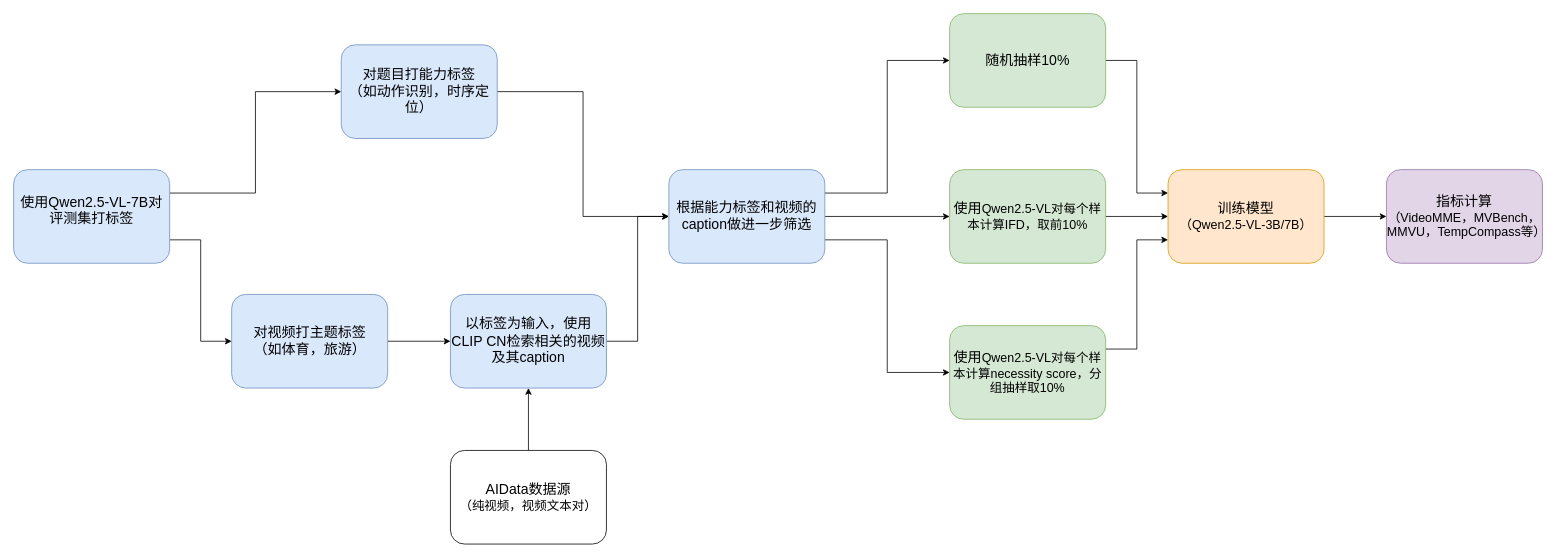
jiashenggu/ai_in_bio keeps this draw.io diagram as 大模型数据选择与训练评测流程.drawio. Above is the earlier version. Source tidied: cells renumbered, new cells numbered last; positions are measured from the earlier drawing's top-left corner, leaving out a move shared by most shapes. Both pictures are drawn from the tidied source at 78%, with x=0, y=0 at pixel (13, 13).
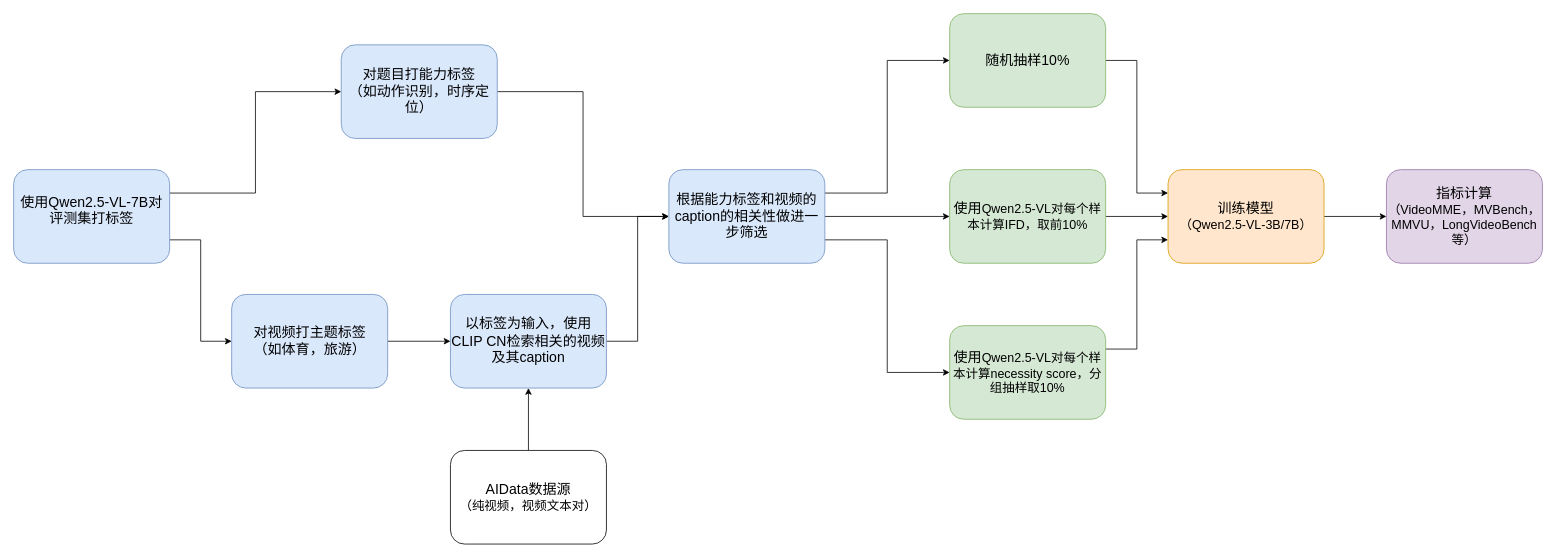
Above is the later version.

Commit message:
更新大模型数据选择与训练评测流程.drawio

The edit, as a diff of the source:
```diff
@@
-    <mxCell id="8" value="&lt;font style=&quot;font-size: 18px;&quot;&gt;指标计算&lt;/font&gt;&lt;div&gt;&lt;font size=&quot;3&quot; style=&quot;&quot;&gt;（VideoMME，MVBench，MMVU，TempCompass等）&lt;/font&gt;&lt;/div&gt;" style="rounded=1;whiteSpace=wrap;html=1;fillColor=#e1d5e7;strokeColor=#9673a6;" parent="1" vertex="1">
+    <mxCell id="8" value="&lt;font style=&quot;font-size: 18px;&quot;&gt;指标计算&lt;/font&gt;&lt;div&gt;&lt;font size=&quot;3&quot; style=&quot;&quot;&gt;（VideoMME，MVBench，MMVU，LongVideoBench等）&lt;/font&gt;&lt;/div&gt;" style="rounded=1;whiteSpace=wrap;html=1;fillColor=#e1d5e7;strokeColor=#9673a6;" parent="1" vertex="1">
       <mxGeometry x="1760" y="200" width="200" height="120" as="geometry" />
     </mxCell>
@@
-    <mxCell id="14" value="&lt;span style=&quot;font-size: 18px;&quot;&gt;根据能力标签和视频的caption做进一步筛选&lt;/span&gt;" style="rounded=1;whiteSpace=wrap;html=1;fillColor=#dae8fc;strokeColor=#6c8ebf;" parent="1" vertex="1">
+    <mxCell id="14" value="&lt;span style=&quot;font-size: 18px;&quot;&gt;根据能力标签和视频的caption的相关性做进一步筛选&lt;/span&gt;" style="rounded=1;whiteSpace=wrap;html=1;fillColor=#dae8fc;strokeColor=#6c8ebf;" parent="1" vertex="1">
       <mxGeometry x="840" y="200" width="200" height="120" as="geometry" />
     </mxCell>
```
